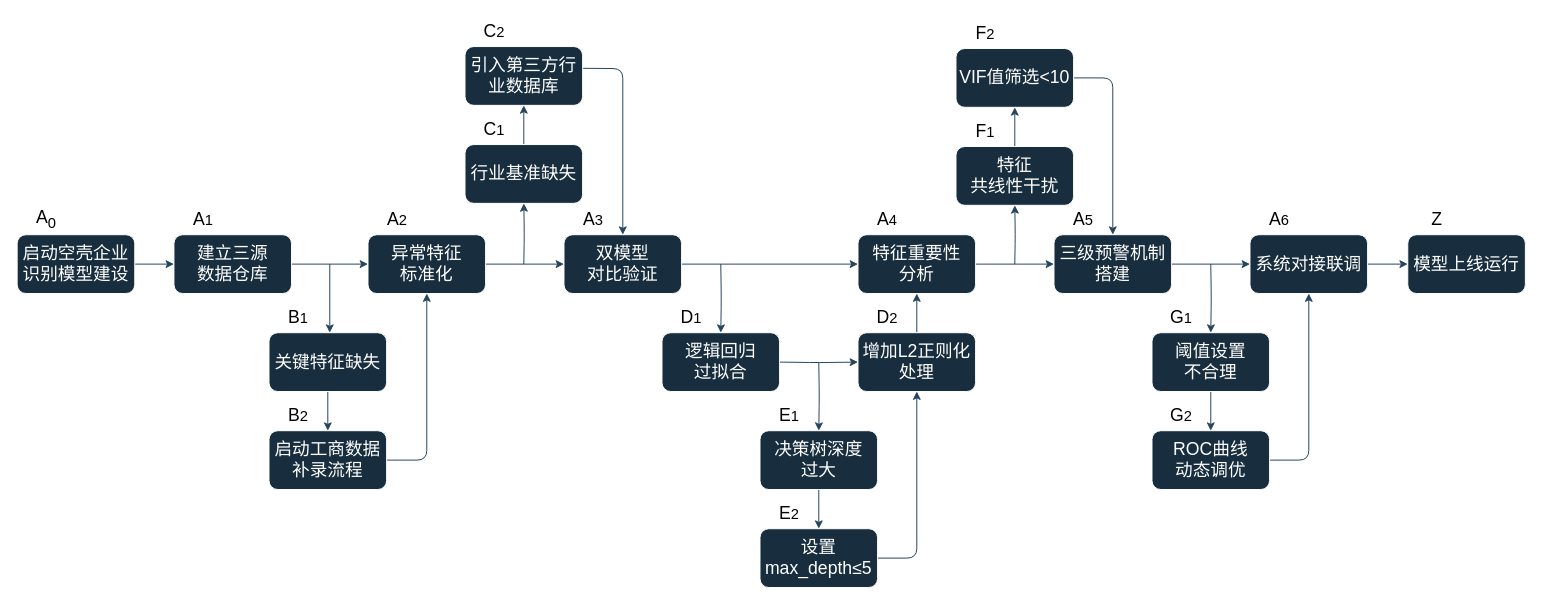
DongmingW/drawio keeps this draw.io diagram as PDPC改箭头和布局.drawio. Above is the earlier version. Source tidied: cells renumbered, new cells numbered last; positions are measured from the earlier drawing's top-left corner, leaving out a move shared by most shapes. Both pictures are drawn from the tidied source at 98%, with x=0, y=0 at pixel (17, 17).
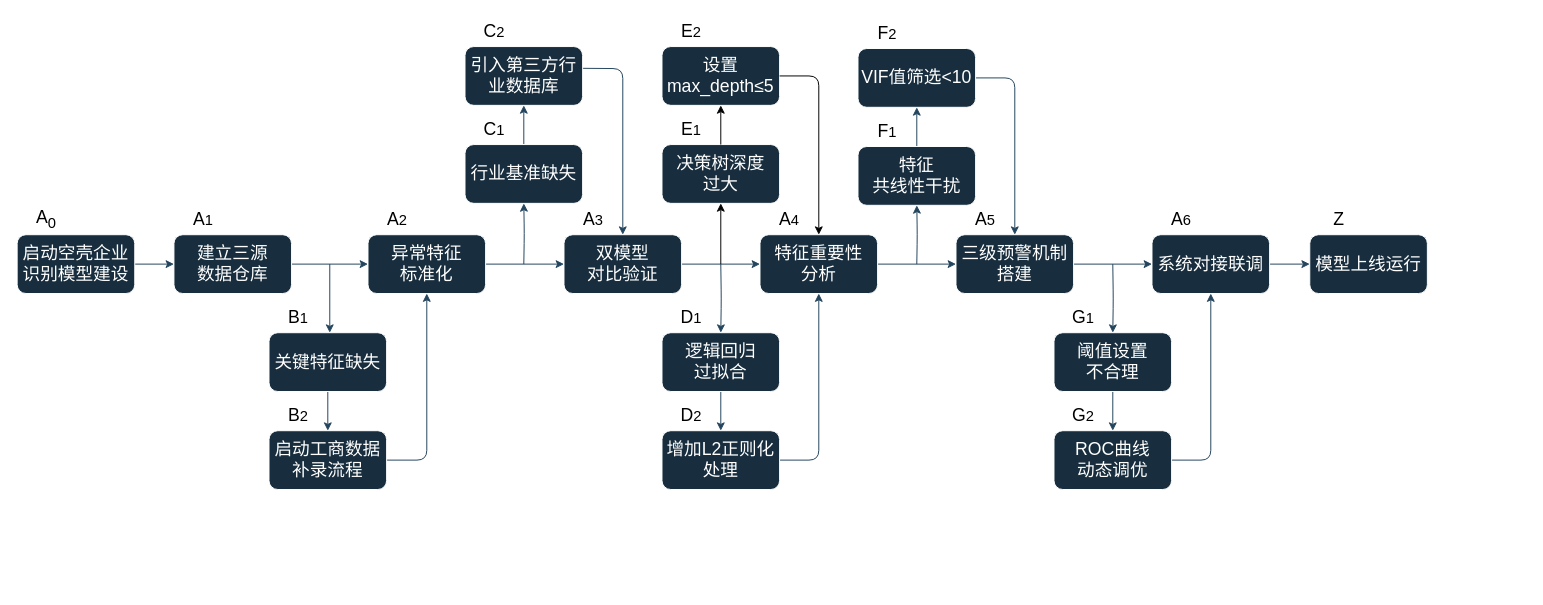
The same diagram, later.

Commit message (it also covers changes not shown here):
更新PDPC改箭头和布局.drawio

Unchanged cells that the change refers to:
```xml
<mxCell id="19" value="逻辑回归&lt;div&gt;过拟合&lt;/div&gt;" style="whiteSpace=wrap;html=1;rounded=1;fontSize=18;labelBackgroundColor=none;fillColor=#182E3E;strokeColor=#FFFFFF;fontColor=#FFFFFF;fontStyle=0;" parent="1" vertex="1">
  <mxGeometry x="658" y="322" width="120" height="60" as="geometry" />
</mxCell>
```

The edit, as a diff of the source:
```diff
@@
-    <mxCell id="17" style="edgeStyle=orthogonalEdgeStyle;rounded=1;jettySize=auto;html=1;fontSize=18;labelBackgroundColor=none;strokeColor=#23445D;fontColor=default;fontStyle=0;" parent="1" edge="1" target="21">
-      <mxGeometry relative="1" as="geometry">
-        <mxPoint x="818" y="352" as="sourcePoint" />
-      </mxGeometry>
-    </mxCell>
-    <mxCell id="18" style="edgeStyle=orthogonalEdgeStyle;rounded=1;jettySize=auto;html=1;fontSize=18;labelBackgroundColor=none;strokeColor=#23445D;fontColor=default;fontStyle=0;" parent="1" edge="1" target="27">
-      <mxGeometry relative="1" as="geometry">
-        <mxPoint x="778" y="352" as="sourcePoint" />
-      </mxGeometry>
+    <mxCell id="18" style="edgeStyle=orthogonalEdgeStyle;rounded=1;jettySize=auto;html=1;fontSize=18;labelBackgroundColor=none;strokeColor=#23445D;fontColor=default;fontStyle=0;exitX=0.5;exitY=1;exitDx=0;exitDy=0;" parent="1" edge="1" source="19" target="27">
+      <mxGeometry relative="1" as="geometry" />
     </mxCell>
@@
-    <mxCell id="20" style="edgeStyle=orthogonalEdgeStyle;rounded=1;jettySize=auto;html=1;fontSize=18;labelBackgroundColor=none;strokeColor=#23445D;fontColor=default;fontStyle=0;exitX=0.5;exitY=1;exitDx=0;exitDy=0;" parent="1" edge="1" source="21" target="29">
-      <mxGeometry relative="1" as="geometry" />
-    </mxCell>
-    <mxCell id="21" value="决策树深度&lt;div&gt;过大&lt;/div&gt;" style="whiteSpace=wrap;html=1;rounded=1;fontSize=18;labelBackgroundColor=none;fillColor=#182E3E;strokeColor=#FFFFFF;fontColor=#FFFFFF;fontStyle=0;" parent="1" vertex="1">
-      <mxGeometry x="758" y="422" width="120" height="60" as="geometry" />
+    <mxCell id="21" value="&lt;div&gt;&lt;span style=&quot;background-color: transparent; color: light-dark(rgb(255, 255, 255), rgb(18, 18, 18));&quot;&gt;设置max_depth≤5&lt;/span&gt;&lt;/div&gt;" style="whiteSpace=wrap;html=1;rounded=1;fontSize=18;labelBackgroundColor=none;fillColor=#182E3E;strokeColor=#FFFFFF;fontColor=#FFFFFF;fontStyle=0;" parent="1" vertex="1">
+      <mxGeometry x="658" y="30" width="120" height="60" as="geometry" />
     </mxCell>
@@
-    <mxCell id="26" style="edgeStyle=orthogonalEdgeStyle;rounded=1;jettySize=auto;html=1;exitX=0.5;exitY=0;exitDx=0;exitDy=0;entryX=0.5;entryY=1;entryDx=0;entryDy=0;fontSize=18;labelBackgroundColor=none;strokeColor=#23445D;fontColor=default;fontStyle=0;" parent="1" edge="1" source="27" target="32">
+    <mxCell id="26" style="edgeStyle=orthogonalEdgeStyle;rounded=1;jettySize=auto;html=1;exitX=1;exitY=0.5;exitDx=0;exitDy=0;entryX=0.5;entryY=1;entryDx=0;entryDy=0;fontSize=18;labelBackgroundColor=none;strokeColor=#23445D;fontColor=default;fontStyle=0;" parent="1" edge="1" source="27" target="32">
       <mxGeometry relative="1" as="geometry" />
     </mxCell>
     <mxCell id="27" value="增加L2正则化处理" style="whiteSpace=wrap;html=1;rounded=1;fontSize=18;labelBackgroundColor=none;fillColor=#182E3E;strokeColor=#FFFFFF;fontColor=#FFFFFF;fontStyle=0;" parent="1" vertex="1">
-      <mxGeometry x="858" y="322" width="120" height="60" as="geometry" />
+      <mxGeometry x="658" y="422" width="120" height="60" as="geometry" />
     </mxCell>
-    <mxCell id="28" style="edgeStyle=orthogonalEdgeStyle;rounded=1;jettySize=auto;html=1;exitX=1;exitY=0.5;exitDx=0;exitDy=0;entryX=0.5;entryY=1;entryDx=0;entryDy=0;fontSize=18;labelBackgroundColor=none;strokeColor=#23445D;fontColor=default;fontStyle=0;" parent="1" edge="1" source="29" target="27">
-      <mxGeometry relative="1" as="geometry" />
-    </mxCell>
-    <mxCell id="29" value="设置max_depth≤5" style="whiteSpace=wrap;html=1;rounded=1;fontSize=18;labelBackgroundColor=none;fillColor=#182E3E;strokeColor=#FFFFFF;fontColor=#FFFFFF;fontStyle=0;" parent="1" vertex="1">
-      <mxGeometry x="758" y="522" width="120" height="60" as="geometry" />
+    <mxCell id="29" value="决策树深度&lt;div&gt;过大&lt;/div&gt;" style="whiteSpace=wrap;html=1;rounded=1;fontSize=18;labelBackgroundColor=none;fillColor=#182E3E;strokeColor=#FFFFFF;fontColor=#FFFFFF;fontStyle=0;" parent="1" vertex="1">
+      <mxGeometry x="658" y="130" width="120" height="60" as="geometry" />
     </mxCell>
     <mxCell id="30" style="edgeStyle=orthogonalEdgeStyle;rounded=1;jettySize=auto;html=1;fontSize=18;labelBackgroundColor=none;strokeColor=#23445D;fontColor=default;fontStyle=0;" parent="1" edge="1" target="34">
       <mxGeometry relative="1" as="geometry">
-        <mxPoint x="1018" y="252" as="sourcePoint" />
+        <mxPoint x="918" y="252" as="sourcePoint" />
       </mxGeometry>
     </mxCell>
@@
     <mxCell id="32" value="特征重要性&lt;div&gt;分析&lt;/div&gt;" style="whiteSpace=wrap;html=1;rounded=1;fontSize=18;labelBackgroundColor=none;fillColor=#182E3E;strokeColor=#FFFFFF;fontColor=#FFFFFF;fontStyle=0;" parent="1" vertex="1">
-      <mxGeometry x="858" y="222" width="120" height="60" as="geometry" />
+      <mxGeometry x="758" y="222" width="120" height="60" as="geometry" />
     </mxCell>
@@
     <mxCell id="34" value="特征&lt;div&gt;共线性干扰&lt;/div&gt;" style="whiteSpace=wrap;html=1;rounded=1;fontSize=18;labelBackgroundColor=none;fillColor=#182E3E;strokeColor=#FFFFFF;fontColor=#FFFFFF;fontStyle=0;" parent="1" vertex="1">
-      <mxGeometry x="958" y="132" width="120" height="60" as="geometry" />
+      <mxGeometry x="858" y="132" width="120" height="60" as="geometry" />
     </mxCell>
@@
     <mxCell id="36" value="VIF值筛选&amp;lt;10" style="whiteSpace=wrap;html=1;rounded=1;fontSize=18;labelBackgroundColor=none;fillColor=#182E3E;strokeColor=#FFFFFF;fontColor=#FFFFFF;fontStyle=0;" parent="1" vertex="1">
-      <mxGeometry x="958" y="32" width="120" height="60" as="geometry" />
+      <mxGeometry x="858" y="32" width="120" height="60" as="geometry" />
     </mxCell>
     <mxCell id="37" style="edgeStyle=orthogonalEdgeStyle;rounded=1;jettySize=auto;html=1;fontSize=18;labelBackgroundColor=none;strokeColor=#23445D;fontColor=default;fontStyle=0;" parent="1" edge="1" target="41">
       <mxGeometry relative="1" as="geometry">
-        <mxPoint x="1218" y="252" as="sourcePoint" />
+        <mxPoint x="1118" y="252" as="sourcePoint" />
       </mxGeometry>
     </mxCell>
@@
     <mxCell id="39" value="三级预警机制搭建" style="whiteSpace=wrap;html=1;rounded=1;fontSize=18;labelBackgroundColor=none;fillColor=#182E3E;strokeColor=#FFFFFF;fontColor=#FFFFFF;fontStyle=0;" parent="1" vertex="1">
-      <mxGeometry x="1058" y="222" width="120" height="60" as="geometry" />
+      <mxGeometry x="958" y="222" width="120" height="60" as="geometry" />
     </mxCell>
@@
     <mxCell id="41" value="阈值设置&lt;div&gt;不合理&lt;/div&gt;" style="whiteSpace=wrap;html=1;rounded=1;fontSize=18;labelBackgroundColor=none;fillColor=#182E3E;strokeColor=#FFFFFF;fontColor=#FFFFFF;fontStyle=0;" parent="1" vertex="1">
-      <mxGeometry x="1158" y="322" width="120" height="60" as="geometry" />
+      <mxGeometry x="1058" y="322" width="120" height="60" as="geometry" />
     </mxCell>
@@
     <mxCell id="43" value="ROC曲线&lt;div&gt;动态调优&lt;/div&gt;" style="whiteSpace=wrap;html=1;rounded=1;fontSize=18;labelBackgroundColor=none;fillColor=#182E3E;strokeColor=#FFFFFF;fontColor=#FFFFFF;fontStyle=0;" parent="1" vertex="1">
-      <mxGeometry x="1158" y="422" width="120" height="60" as="geometry" />
+      <mxGeometry x="1058" y="422" width="120" height="60" as="geometry" />
     </mxCell>
@@
     <mxCell id="45" value="系统对接联调" style="whiteSpace=wrap;html=1;rounded=1;fontSize=18;labelBackgroundColor=none;fillColor=#182E3E;strokeColor=#FFFFFF;fontColor=#FFFFFF;fontStyle=0;" parent="1" vertex="1">
-      <mxGeometry x="1258" y="222" width="120" height="60" as="geometry" />
+      <mxGeometry x="1158" y="222" width="120" height="60" as="geometry" />
     </mxCell>
     <mxCell id="46" value="模型上线运行" style="whiteSpace=wrap;html=1;rounded=1;fontSize=18;labelBackgroundColor=none;fillColor=#182E3E;strokeColor=#FFFFFF;fontColor=#FFFFFF;fontStyle=0;" parent="1" vertex="1">
-      <mxGeometry x="1419" y="222" width="120" height="60" as="geometry" />
+      <mxGeometry x="1319" y="222" width="120" height="60" as="geometry" />
     </mxCell>
@@
     <mxCell id="51" value="A&lt;span style=&quot;font-size: 15px;&quot;&gt;4&lt;/span&gt;" style="text;html=1;align=center;verticalAlign=middle;whiteSpace=wrap;rounded=0;fontColor=#000000;fontSize=18;labelBackgroundColor=none;fontStyle=0;" parent="1" vertex="1">
-      <mxGeometry x="858" y="192" width="60" height="30" as="geometry" />
+      <mxGeometry x="758" y="192" width="60" height="30" as="geometry" />
     </mxCell>
     <mxCell id="52" value="A&lt;span style=&quot;font-size: 15px;&quot;&gt;5&lt;/span&gt;" style="text;html=1;align=center;verticalAlign=middle;whiteSpace=wrap;rounded=0;fontColor=#000000;fontSize=18;labelBackgroundColor=none;fontStyle=0;" parent="1" vertex="1">
-      <mxGeometry x="1058" y="192" width="60" height="30" as="geometry" />
+      <mxGeometry x="958" y="192" width="60" height="30" as="geometry" />
     </mxCell>
     <mxCell id="53" value="A&lt;span style=&quot;font-size: 15px;&quot;&gt;6&lt;/span&gt;" style="text;html=1;align=center;verticalAlign=middle;whiteSpace=wrap;rounded=0;fontColor=#000000;fontSize=18;labelBackgroundColor=none;fontStyle=0;" parent="1" vertex="1">
-      <mxGeometry x="1258" y="192" width="60" height="30" as="geometry" />
+      <mxGeometry x="1158" y="192" width="60" height="30" as="geometry" />
     </mxCell>
     <mxCell id="54" value="Z" style="text;html=1;align=center;verticalAlign=middle;whiteSpace=wrap;rounded=0;fontColor=#000000;fontSize=18;labelBackgroundColor=none;fontStyle=0;" parent="1" vertex="1">
-      <mxGeometry x="1419" y="192" width="60" height="30" as="geometry" />
+      <mxGeometry x="1319" y="192" width="60" height="30" as="geometry" />
     </mxCell>
@@
-    <mxCell id="60" value="E&lt;span style=&quot;font-size: 15px;&quot;&gt;1&lt;/span&gt;" style="text;html=1;align=center;verticalAlign=middle;whiteSpace=wrap;rounded=0;fontColor=#000000;fontSize=18;labelBackgroundColor=none;fontStyle=0;" parent="1" vertex="1">
-      <mxGeometry x="758" y="392" width="60" height="30" as="geometry" />
+    <mxCell id="60" value="E&lt;span style=&quot;font-size: 15px;&quot;&gt;2&lt;/span&gt;" style="text;html=1;align=center;verticalAlign=middle;whiteSpace=wrap;rounded=0;fontColor=#000000;fontSize=18;labelBackgroundColor=none;fontStyle=0;" parent="1" vertex="1">
+      <mxGeometry x="658" width="60" height="30" as="geometry" />
     </mxCell>
-    <mxCell id="61" value="E&lt;span style=&quot;font-size: 15px;&quot;&gt;2&lt;/span&gt;" style="text;html=1;align=center;verticalAlign=middle;whiteSpace=wrap;rounded=0;fontColor=#000000;fontSize=18;labelBackgroundColor=none;fontStyle=0;" parent="1" vertex="1">
-      <mxGeometry x="758" y="492" width="60" height="30" as="geometry" />
+    <mxCell id="61" value="E&lt;span style=&quot;font-size: 15px;&quot;&gt;1&lt;/span&gt;" style="text;html=1;align=center;verticalAlign=middle;whiteSpace=wrap;rounded=0;fontColor=#000000;fontSize=18;labelBackgroundColor=none;fontStyle=0;" parent="1" vertex="1">
+      <mxGeometry x="658" y="100" width="60" height="30" as="geometry" />
     </mxCell>
     <mxCell id="62" value="D&lt;span style=&quot;font-size: 15px;&quot;&gt;2&lt;/span&gt;" style="text;html=1;align=center;verticalAlign=middle;whiteSpace=wrap;rounded=0;fontColor=#000000;fontSize=18;labelBackgroundColor=none;fontStyle=0;" parent="1" vertex="1">
-      <mxGeometry x="858" y="292" width="60" height="30" as="geometry" />
+      <mxGeometry x="658" y="392" width="60" height="30" as="geometry" />
     </mxCell>
     <mxCell id="63" value="F&lt;span style=&quot;font-size: 15px;&quot;&gt;1&lt;/span&gt;" style="text;html=1;align=center;verticalAlign=middle;whiteSpace=wrap;rounded=0;fontColor=#000000;fontSize=18;labelBackgroundColor=none;fontStyle=0;" parent="1" vertex="1">
-      <mxGeometry x="958" y="102" width="60" height="30" as="geometry" />
+      <mxGeometry x="858" y="102" width="60" height="30" as="geometry" />
     </mxCell>
     <mxCell id="64" value="F&lt;span style=&quot;font-size: 15px;&quot;&gt;2&lt;/span&gt;" style="text;html=1;align=center;verticalAlign=middle;whiteSpace=wrap;rounded=0;fontColor=#000000;fontSize=18;labelBackgroundColor=none;fontStyle=0;" parent="1" vertex="1">
-      <mxGeometry x="958" y="2" width="60" height="30" as="geometry" />
+      <mxGeometry x="858" y="2" width="60" height="30" as="geometry" />
     </mxCell>
     <mxCell id="65" value="G&lt;span style=&quot;font-size: 15px;&quot;&gt;1&lt;/span&gt;" style="text;html=1;align=center;verticalAlign=middle;whiteSpace=wrap;rounded=0;fontColor=#000000;fontSize=18;labelBackgroundColor=none;fontStyle=0;" parent="1" vertex="1">
-      <mxGeometry x="1158" y="292" width="60" height="30" as="geometry" />
+      <mxGeometry x="1058" y="292" width="60" height="30" as="geometry" />
     </mxCell>
     <mxCell id="66" value="G&lt;span style=&quot;font-size: 15px;&quot;&gt;2&lt;/span&gt;" style="text;html=1;align=center;verticalAlign=middle;whiteSpace=wrap;rounded=0;fontColor=#000000;fontSize=18;labelBackgroundColor=none;fontStyle=0;" parent="1" vertex="1">
-      <mxGeometry x="1158" y="392" width="60" height="30" as="geometry" />
+      <mxGeometry x="1058" y="392" width="60" height="30" as="geometry" />
     </mxCell>
+    <mxCell id="67" style="endArrow=classic;html=1;rounded=0;entryX=0.5;entryY=1;entryDx=0;entryDy=0;" parent="1" edge="1" target="29">
+      <mxGeometry relative="1" as="geometry">
+        <mxPoint x="718" y="252" as="sourcePoint" />
+      </mxGeometry>
+    </mxCell>
+    <mxCell id="68" style="endArrow=classic;html=1;rounded=0;entryX=0.5;entryY=1;entryDx=0;entryDy=0;exitX=0.5;exitY=0;exitDx=0;exitDy=0;" parent="1" edge="1" source="29" target="21">
+      <mxGeometry relative="1" as="geometry" />
+    </mxCell>
+    <mxCell id="69" style="endArrow=classic;html=1;rounded=1;exitX=1;exitY=0.5;exitDx=0;exitDy=0;entryX=0.5;entryY=0;entryDx=0;entryDy=0;edgeStyle=orthogonalEdgeStyle;curved=0;" parent="1" edge="1" source="21" target="32">
+      <mxGeometry relative="1" as="geometry" />
+    </mxCell>
```
